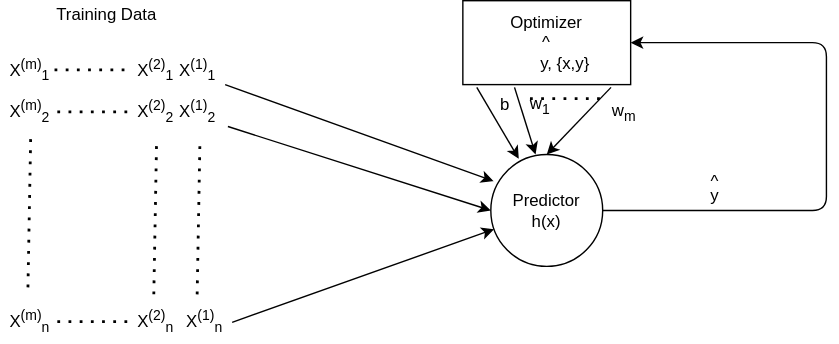
The draw.io diagram assets/images/supervised/ML-training-network.svg in ronen567/just-the-docs, before a commit. Source tidied: cells renumbered, new cells last; positions are measured from the earlier drawing's top-left corner, leaving out a move shared by most shapes.
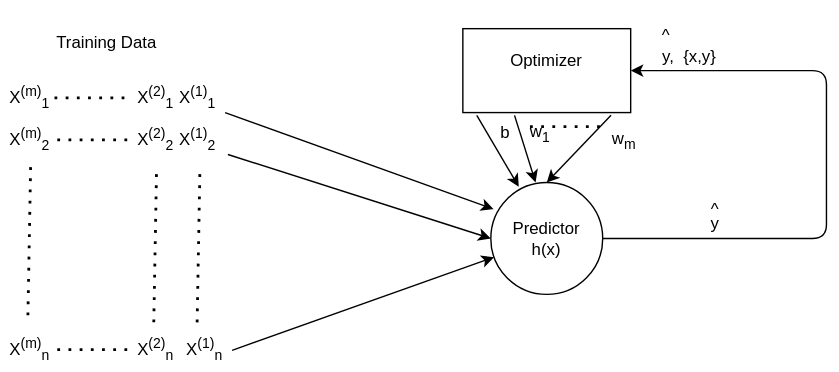
After the change.

Diff of the diagram source:
```diff
@@ -94,7 +94,7 @@
     <mxCell id="26" value="^" style="text;html=1;align=center;verticalAlign=middle;" parent="1" vertex="1">
       <mxGeometry x="500" y="120" width="20" height="20" as="geometry" />
     </mxCell>
-    <mxCell id="27" value="Optimizer&lt;br&gt;&lt;span&gt;^&lt;br&gt;&amp;nbsp; &amp;nbsp; &amp;nbsp; &amp;nbsp; y, {x,y}&lt;br&gt;&lt;/span&gt;" style="rounded=0;whiteSpace=wrap;html=1;" parent="1" vertex="1">
+    <mxCell id="27" value="Optimizer&lt;br&gt;&lt;span&gt;&lt;br&gt;&lt;/span&gt;" style="rounded=0;whiteSpace=wrap;html=1;" parent="1" vertex="1">
       <mxGeometry x="330" width="120" height="60" as="geometry" />
     </mxCell>
     <mxCell id="28" style="endArrow=classic;html=1;exitX=0.083;exitY=1.033;exitDx=0;exitDy=0;exitPerimeter=0;entryX=0.25;entryY=0.038;entryDx=0;entryDy=0;entryPerimeter=0;" parent="1" edge="1" source="27" target="2">
@@ -120,5 +120,8 @@
         </Array>
       </mxGeometry>
     </mxCell>
+    <mxCell id="33" value="&lt;br&gt;&lt;span&gt;^&lt;br&gt;&amp;nbsp; &amp;nbsp; &amp;nbsp; &amp;nbsp; &amp;nbsp; y,&amp;nbsp; {x,y}&lt;/span&gt;" style="text;html=1;align=center;verticalAlign=middle;" parent="1" vertex="1">
+      <mxGeometry x="430" y="-20" width="90" height="50" as="geometry" />
+    </mxCell>
   </root>
 </mxGraphModel>
```
